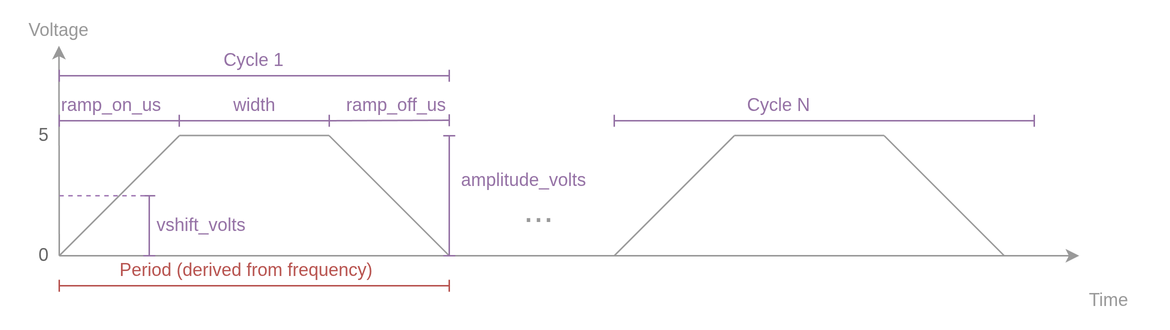
Earlier version of the draw.io export assets/pics/ramp_waveform_specs.drawio.png (AllenNeuralDynamics/harp.device.quac). Source tidied: cells renumbered, new cells last; positions are measured from the earlier drawing's top-left corner, leaving out a move shared by most shapes.
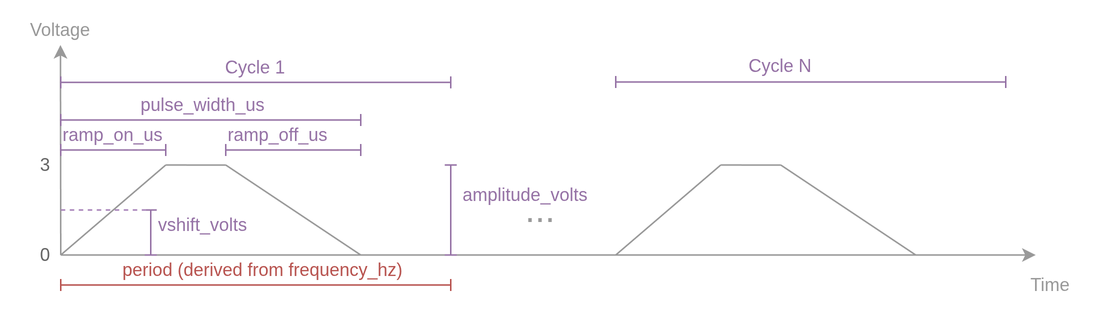
The same diagram one commit later.

Change to the diagram source:
```diff
@@ -5,7 +5,7 @@
     <mxCell id="2" style="endArrow=classic;html=1;rounded=0;fillColor=#f5f5f5;strokeColor=#999999;endFill=1;" parent="1" edge="1">
       <mxGeometry relative="1" as="geometry">
         <mxPoint x="30" y="160" as="sourcePoint" />
-        <mxPoint x="710" y="160" as="targetPoint" />
+        <mxPoint x="680" y="160" as="targetPoint" />
       </mxGeometry>
     </mxCell>
     <mxCell id="3" style="endArrow=classic;html=1;rounded=0;fillColor=#f5f5f5;strokeColor=#999999;endFill=1;" parent="1" edge="1">
@@ -17,13 +17,13 @@
     <mxCell id="4" style="endArrow=none;html=1;rounded=0;fillColor=#f5f5f5;strokeColor=#999999;" parent="1" edge="1">
       <mxGeometry relative="1" as="geometry">
         <mxPoint x="30" y="160" as="sourcePoint" />
-        <mxPoint x="110" y="80" as="targetPoint" />
+        <mxPoint x="100" y="100" as="targetPoint" />
       </mxGeometry>
     </mxCell>
     <mxCell id="5" style="endArrow=none;html=1;rounded=0;fillColor=#f5f5f5;strokeColor=#999999;" parent="1" edge="1">
       <mxGeometry relative="1" as="geometry">
-        <mxPoint x="110" y="79.8" as="sourcePoint" />
-        <mxPoint x="210" y="79.8" as="targetPoint" />
+        <mxPoint x="100" y="100" as="sourcePoint" />
+        <mxPoint x="140" y="100.1" as="targetPoint" />
       </mxGeometry>
     </mxCell>
     <mxCell id="6" style="endArrow=baseDash;html=1;rounded=0;startArrow=baseDash;startFill=0;endFill=0;fontColor=#EA6B66;fillColor=#f8cecc;strokeColor=#b85450;" parent="1" edge="1">
@@ -34,114 +34,113 @@
     </mxCell>
     <mxCell id="7" style="endArrow=baseDash;html=1;rounded=0;startArrow=baseDash;startFill=0;endFill=0;fillColor=#e1d5e7;strokeColor=#9673a6;" parent="1" edge="1">
       <mxGeometry relative="1" as="geometry">
-        <mxPoint x="30" y="70" as="sourcePoint" />
-        <mxPoint x="110" y="70" as="targetPoint" />
+        <mxPoint x="30" y="90" as="sourcePoint" />
+        <mxPoint x="100" y="90" as="targetPoint" />
       </mxGeometry>
     </mxCell>
     <mxCell id="8" style="endArrow=baseDash;html=1;rounded=0;startArrow=baseDash;startFill=0;endFill=0;fillColor=#e1d5e7;strokeColor=#9673a6;" parent="1" edge="1">
       <mxGeometry relative="1" as="geometry">
-        <mxPoint x="110" y="70" as="sourcePoint" />
-        <mxPoint x="210" y="70" as="targetPoint" />
+        <mxPoint x="30" y="70" as="sourcePoint" />
+        <mxPoint x="230" y="70" as="targetPoint" />
       </mxGeometry>
     </mxCell>
     <mxCell id="9" style="endArrow=baseDash;html=1;rounded=0;startArrow=baseDash;startFill=0;endFill=0;fillColor=#e1d5e7;strokeColor=#9673a6;" parent="1" edge="1">
       <mxGeometry relative="1" as="geometry">
-        <mxPoint x="210" y="70" as="sourcePoint" />
-        <mxPoint x="290" y="69.7" as="targetPoint" />
+        <mxPoint x="140" y="90" as="sourcePoint" />
+        <mxPoint x="230" y="90" as="targetPoint" />
       </mxGeometry>
     </mxCell>
     <mxCell id="10" value="ramp_on_us" style="text;html=1;whiteSpace=wrap;strokeColor=none;fillColor=none;align=center;verticalAlign=middle;rounded=0;fontColor=#9673A6;" parent="1" vertex="1">
-      <mxGeometry x="30" y="50" width="70" height="20" as="geometry" />
+      <mxGeometry x="30" y="70" width="70" height="20" as="geometry" />
     </mxCell>
     <mxCell id="11" value="ramp_off_us" style="text;html=1;whiteSpace=wrap;strokeColor=none;fillColor=none;align=center;verticalAlign=middle;rounded=0;fontColor=#9673A6;" parent="1" vertex="1">
-      <mxGeometry x="220" y="50" width="70" height="20" as="geometry" />
+      <mxGeometry x="140" y="70" width="70" height="20" as="geometry" />
     </mxCell>
     <mxCell id="12" value="&lt;font style=&quot;font-size: 24px;&quot;&gt;...&lt;/font&gt;" style="text;html=1;whiteSpace=wrap;strokeColor=none;fillColor=none;align=center;verticalAlign=middle;rounded=0;fontColor=#999999;" parent="1" vertex="1">
       <mxGeometry x="320" y="120" width="60" height="20" as="geometry" />
     </mxCell>
     <mxCell id="13" value="Cycle 1" style="text;html=1;whiteSpace=wrap;strokeColor=none;fillColor=none;align=center;verticalAlign=middle;rounded=0;fontColor=#9673A6;" parent="1" vertex="1">
-      <mxGeometry x="130" y="20" width="60" height="20" as="geometry" />
+      <mxGeometry x="130" y="25" width="60" height="20" as="geometry" />
     </mxCell>
     <mxCell id="14" style="endArrow=baseDash;html=1;rounded=0;startArrow=baseDash;startFill=0;endFill=0;fillColor=#e1d5e7;strokeColor=#9673a6;" parent="1" edge="1">
       <mxGeometry relative="1" as="geometry">
-        <mxPoint x="30" y="40" as="sourcePoint" />
-        <mxPoint x="290" y="40" as="targetPoint" />
+        <mxPoint x="30" y="44.9" as="sourcePoint" />
+        <mxPoint x="290" y="44.9" as="targetPoint" />
       </mxGeometry>
     </mxCell>
     <mxCell id="15" value="&lt;font style=&quot;&quot;&gt;Voltage&lt;/font&gt;" style="text;html=1;whiteSpace=wrap;strokeColor=none;fillColor=none;align=center;verticalAlign=middle;rounded=0;fontColor=#999999;" parent="1" vertex="1">
       <mxGeometry width="60" height="20" as="geometry" />
     </mxCell>
     <mxCell id="16" value="&lt;font style=&quot;&quot;&gt;Time&lt;/font&gt;" style="text;html=1;whiteSpace=wrap;strokeColor=none;fillColor=none;align=center;verticalAlign=middle;rounded=0;fontColor=#999999;" parent="1" vertex="1">
-      <mxGeometry x="700" y="180" width="60" height="20" as="geometry" />
+      <mxGeometry x="660" y="170" width="60" height="20" as="geometry" />
     </mxCell>
     <mxCell id="17" value="&lt;font style=&quot;color: rgb(102, 102, 102);&quot;&gt;0&lt;/font&gt;" style="text;html=1;whiteSpace=wrap;strokeColor=none;fillColor=none;align=center;verticalAlign=middle;rounded=0;fontColor=#9673A6;" parent="1" vertex="1">
       <mxGeometry x="10" y="150" width="20" height="20" as="geometry" />
     </mxCell>
-    <mxCell id="18" value="&lt;font style=&quot;color: rgb(102, 102, 102);&quot;&gt;5&lt;/font&gt;" style="text;html=1;whiteSpace=wrap;strokeColor=none;fillColor=none;align=center;verticalAlign=middle;rounded=0;fontColor=#9673A6;" parent="1" vertex="1">
-      <mxGeometry x="10" y="70" width="20" height="20" as="geometry" />
+    <mxCell id="18" value="&lt;font style=&quot;color: rgb(102, 102, 102);&quot;&gt;3&lt;/font&gt;" style="text;html=1;whiteSpace=wrap;strokeColor=none;fillColor=none;align=center;verticalAlign=middle;rounded=0;fontColor=#9673A6;" parent="1" vertex="1">
+      <mxGeometry x="10" y="90" width="20" height="20" as="geometry" />
     </mxCell>
     <mxCell id="19" style="endArrow=none;html=1;rounded=0;fillColor=#f5f5f5;strokeColor=#999999;" parent="1" edge="1">
       <mxGeometry relative="1" as="geometry">
-        <mxPoint x="290" y="160" as="sourcePoint" />
-        <mxPoint x="210" y="80" as="targetPoint" />
+        <mxPoint x="230" y="160" as="sourcePoint" />
+        <mxPoint x="140" y="100" as="targetPoint" />
       </mxGeometry>
     </mxCell>
     <mxCell id="20" value="vshift_volts" style="text;html=1;whiteSpace=wrap;strokeColor=none;fillColor=none;align=center;verticalAlign=middle;rounded=0;fontColor=#9673A6;" parent="1" vertex="1">
       <mxGeometry x="90" y="130" width="70" height="20" as="geometry" />
     </mxCell>
     <mxCell id="21" value="amplitude_volts" style="text;html=1;whiteSpace=wrap;strokeColor=none;fillColor=none;align=center;verticalAlign=middle;rounded=0;fontColor=#9673A6;" parent="1" vertex="1">
-      <mxGeometry x="290" y="100" width="100" height="20" as="geometry" />
+      <mxGeometry x="290" y="110" width="100" height="20" as="geometry" />
     </mxCell>
     <mxCell id="22" style="endArrow=baseDash;html=1;rounded=0;startArrow=baseDash;startFill=0;endFill=0;fillColor=#e1d5e7;strokeColor=#9673a6;" parent="1" edge="1">
       <mxGeometry relative="1" as="geometry">
         <mxPoint x="290" y="160" as="sourcePoint" />
-        <mxPoint x="290" y="80" as="targetPoint" />
+        <mxPoint x="290" y="100" as="targetPoint" />
       </mxGeometry>
     </mxCell>
-    <mxCell id="23" value="width" style="text;html=1;whiteSpace=wrap;strokeColor=none;fillColor=none;align=center;verticalAlign=middle;rounded=0;fontColor=#9673A6;" parent="1" vertex="1">
-      <mxGeometry x="142.5" y="50" width="35" height="20" as="geometry" />
+    <mxCell id="23" value="pulse_width_us" style="text;html=1;whiteSpace=wrap;strokeColor=none;fillColor=none;align=center;verticalAlign=middle;rounded=0;fontColor=#9673A6;" parent="1" vertex="1">
+      <mxGeometry x="81.2" y="50" width="87.5" height="20" as="geometry" />
     </mxCell>
-    <mxCell id="24" style="endArrow=baseDash;html=1;rounded=0;startArrow=baseDash;startFill=0;endFill=0;fillColor=#e1d5e7;strokeColor=#9673a6;" parent="1" edge="1">
+    <mxCell id="24" style="endArrow=baseDash;html=1;rounded=0;startArrow=baseDash;startFill=0;endFill=0;fillColor=#e1d5e7;strokeColor=#9673a6;entryX=0;entryY=0;entryDx=0;entryDy=0;" parent="1" edge="1" target="20">
       <mxGeometry relative="1" as="geometry">
         <mxPoint x="90" y="160" as="sourcePoint" />
-        <mxPoint x="90" y="120" as="targetPoint" />
       </mxGeometry>
     </mxCell>
     <mxCell id="25" style="endArrow=none;dashed=1;html=1;strokeWidth=1;rounded=0;strokeColor=#A680B8;" parent="1" edge="1">
       <mxGeometry relative="1" as="geometry">
-        <mxPoint x="30" y="120" as="sourcePoint" />
-        <mxPoint x="90" y="120" as="targetPoint" />
+        <mxPoint x="30" y="130" as="sourcePoint" />
+        <mxPoint x="90" y="130" as="targetPoint" />
       </mxGeometry>
     </mxCell>
-    <mxCell id="26" style="endArrow=none;html=1;rounded=0;fillColor=#f5f5f5;strokeColor=#999999;" parent="1" edge="1">
-      <mxGeometry relative="1" as="geometry">
-        <mxPoint x="400" y="160" as="sourcePoint" />
-        <mxPoint x="480" y="80" as="targetPoint" />
-      </mxGeometry>
-    </mxCell>
-    <mxCell id="27" style="endArrow=none;html=1;rounded=0;fillColor=#f5f5f5;strokeColor=#999999;" parent="1" edge="1">
-      <mxGeometry relative="1" as="geometry">
-        <mxPoint x="480" y="79.8" as="sourcePoint" />
-        <mxPoint x="580" y="79.8" as="targetPoint" />
-      </mxGeometry>
-    </mxCell>
-    <mxCell id="28" style="endArrow=none;html=1;rounded=0;fillColor=#f5f5f5;strokeColor=#999999;" parent="1" edge="1">
-      <mxGeometry relative="1" as="geometry">
-        <mxPoint x="660" y="160" as="sourcePoint" />
-        <mxPoint x="580" y="80" as="targetPoint" />
-      </mxGeometry>
-    </mxCell>
     <mxCell id="29" value="Cycle N" style="text;html=1;whiteSpace=wrap;strokeColor=none;fillColor=none;align=center;verticalAlign=middle;rounded=0;fontColor=#9673A6;" parent="1" vertex="1">
-      <mxGeometry x="480" y="50" width="60" height="20" as="geometry" />
+      <mxGeometry x="480" y="24.7" width="60" height="20" as="geometry" />
     </mxCell>
     <mxCell id="30" style="endArrow=baseDash;html=1;rounded=0;startArrow=baseDash;startFill=0;endFill=0;fillColor=#e1d5e7;strokeColor=#9673a6;" parent="1" edge="1">
       <mxGeometry relative="1" as="geometry">
-        <mxPoint x="400" y="70" as="sourcePoint" />
-        <mxPoint x="680" y="70" as="targetPoint" />
+        <mxPoint x="400" y="44.7" as="sourcePoint" />
+        <mxPoint x="660" y="44.7" as="targetPoint" />
       </mxGeometry>
     </mxCell>
-    <mxCell id="31" value="Period (derived from frequency)" style="text;html=1;whiteSpace=wrap;strokeColor=none;fillColor=none;align=center;verticalAlign=middle;rounded=0;fontColor=#B85450;" parent="1" vertex="1">
-      <mxGeometry x="50.2" y="160" width="209.8" height="20" as="geometry" />
+    <mxCell id="31" value="period (derived from frequency_hz)" style="text;html=1;whiteSpace=wrap;strokeColor=none;fillColor=none;align=center;verticalAlign=middle;rounded=0;fontColor=#B85450;" parent="1" vertex="1">
+      <mxGeometry x="60" y="160" width="209.8" height="20" as="geometry" />
     </mxCell>
+    <mxCell id="32" style="endArrow=none;html=1;rounded=0;fillColor=#f5f5f5;strokeColor=#999999;" parent="1" edge="1">
+      <mxGeometry relative="1" as="geometry">
+        <mxPoint x="400" y="160" as="sourcePoint" />
+        <mxPoint x="470" y="100" as="targetPoint" />
+      </mxGeometry>
+    </mxCell>
+    <mxCell id="33" style="endArrow=none;html=1;rounded=0;fillColor=#f5f5f5;strokeColor=#999999;" parent="1" edge="1">
+      <mxGeometry relative="1" as="geometry">
+        <mxPoint x="470" y="100" as="sourcePoint" />
+        <mxPoint x="510" y="100.1" as="targetPoint" />
+      </mxGeometry>
+    </mxCell>
+    <mxCell id="34" style="endArrow=none;html=1;rounded=0;fillColor=#f5f5f5;strokeColor=#999999;" parent="1" edge="1">
+      <mxGeometry relative="1" as="geometry">
+        <mxPoint x="600" y="160" as="sourcePoint" />
+        <mxPoint x="510" y="100" as="targetPoint" />
+      </mxGeometry>
+    </mxCell>
   </root>
 </mxGraphModel>
```
